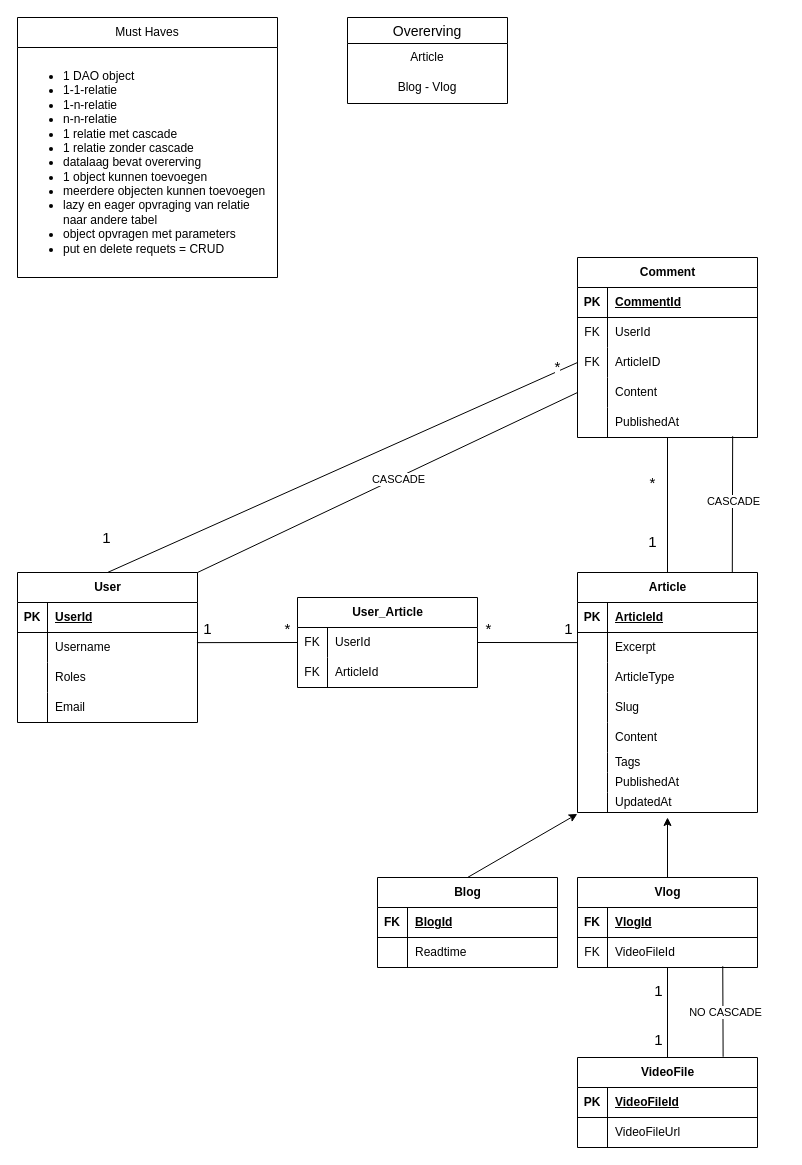
The draw.io diagram opdracht_frameworks.drawio in LanderDK/opdracht_frameworks, before the edit. Source tidied: cells renumbered, new cells numbered last; positions are measured from the earlier drawing's top-left corner, leaving out a move shared by most shapes. Both pictures are drawn from the tidied source at 100%, with x=0, y=0 at pixel (17, 17).
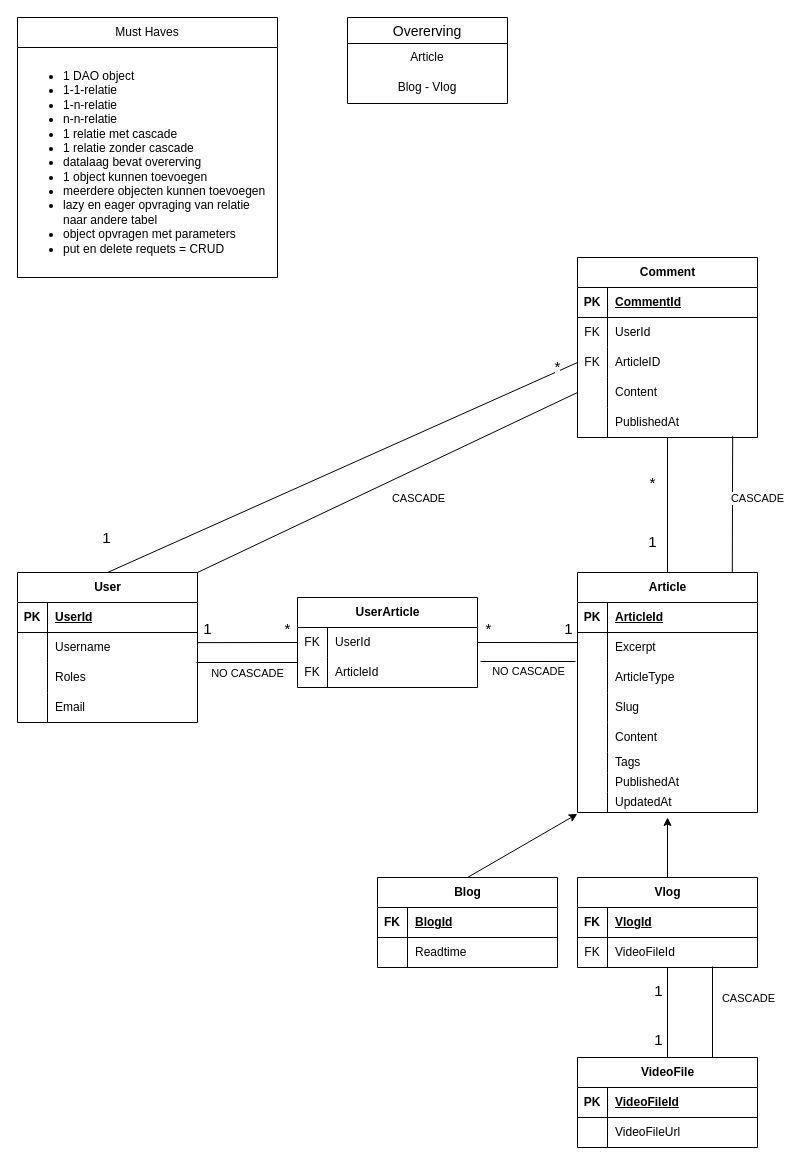
Above is the later version.

Commit message (it also covers changes not shown here):
Updated drawio - added UserArticle entity

The change refers to these unchanged cells:
```xml
<mxCell id="14" style="shape=tableRow;horizontal=0;startSize=0;swimlaneHead=0;swimlaneBody=0;fillColor=none;points=[[0,0.5],[1,0.5]];portConstraint=eastwest;top=0;left=0;right=0;bottom=0;" parent="7" vertex="1">
  <mxGeometry y="90" width="180" height="30" as="geometry" />
</mxCell>
<mxCell id="27" style="shape=tableRow;horizontal=0;startSize=0;swimlaneHead=0;swimlaneBody=0;fillColor=none;points=[[0,0.5],[1,0.5]];portConstraint=eastwest;top=0;left=0;right=0;bottom=0;" parent="20" vertex="1">
  <mxGeometry y="90" width="180" height="30" as="geometry" />
</mxCell>
<mxCell id="56" style="shape=tableRow;horizontal=0;startSize=0;swimlaneHead=0;swimlaneBody=0;fillColor=none;points=[[0,0.5],[1,0.5]];portConstraint=eastwest;top=0;left=0;right=0;bottom=0;" parent="52" vertex="1">
  <mxGeometry y="60" width="180" height="30" as="geometry" />
</mxCell>
<mxCell id="87" style="shape=tableRow;horizontal=0;startSize=0;swimlaneHead=0;swimlaneBody=0;fillColor=none;points=[[0,0.5],[1,0.5]];portConstraint=eastwest;top=0;left=0;right=0;bottom=0;" parent="83" vertex="1">
  <mxGeometry y="60" width="180" height="30" as="geometry" />
</mxCell>
<mxCell id="96" style="endArrow=none;html=1;rounded=0;entryX=0.862;entryY=0.959;entryDx=0;entryDy=0;entryPerimeter=0;exitX=0.86;exitY=0.002;exitDx=0;exitDy=0;exitPerimeter=0;" parent="1" edge="1" source="20" target="72">
  <mxGeometry relative="1" as="geometry" />
</mxCell>
<mxCell id="98" value="VideoFile" style="shape=table;startSize=30;childLayout=tableLayout;rowLines=0;fontStyle=1;align=center;html=1;" parent="1" vertex="1">
  <mxGeometry x="560" y="1040" width="180" height="90" as="geometry" />
</mxCell>
<mxCell id="110" style="endArrow=none;html=1;rounded=0;entryX=0;entryY=0.5;entryDx=0;entryDy=0;exitX=1;exitY=0;exitDx=0;exitDy=0;" parent="1" edge="1" source="7" target="69">
  <mxGeometry relative="1" as="geometry" />
</mxCell>
```

Change to the diagram source:
```diff
@@
-    <mxCell id="83" value="User_Article" style="shape=table;startSize=30;childLayout=tableLayout;rowLines=0;fontStyle=1;align=center;html=1;" parent="1" vertex="1">
+    <mxCell id="83" value="UserArticle" style="shape=table;startSize=30;childLayout=tableLayout;rowLines=0;fontStyle=1;align=center;html=1;" parent="1" vertex="1">
       <mxGeometry x="280" y="580" width="180" height="90" as="geometry" />
     </mxCell>
@@
     <mxCell id="97" value="CASCADE" style="edgeLabel;html=1;align=center;verticalAlign=middle;" parent="96" vertex="1">
-      <mxGeometry x="0.05" y="-1" relative="1" as="geometry" />
+      <mxGeometry x="0.05" y="-1" relative="1" as="geometry">
+        <mxPoint x="24" y="-3" as="offset" />
+      </mxGeometry>
     </mxCell>
@@
-    <mxCell id="108" style="endArrow=none;html=1;rounded=0;exitX=0.809;exitY=-0.008;exitDx=0;exitDy=0;exitPerimeter=0;entryX=0.807;entryY=0.959;entryDx=0;entryDy=0;entryPerimeter=0;" parent="1" edge="1" source="98" target="56">
+    <mxCell id="108" style="endArrow=none;html=1;rounded=0;exitX=1.017;exitY=0.133;exitDx=0;exitDy=0;entryX=-0.011;entryY=-0.033;entryDx=0;entryDy=0;entryPerimeter=0;exitPerimeter=0;" parent="1" edge="1" source="87" target="27">
       <mxGeometry relative="1" as="geometry" />
     </mxCell>
     <mxCell id="109" value="NO CASCADE" style="edgeLabel;html=1;align=center;verticalAlign=middle;" parent="108" vertex="1">
-      <mxGeometry y="-2" relative="1" as="geometry" />
+      <mxGeometry y="-2" relative="1" as="geometry">
+        <mxPoint y="8" as="offset" />
+      </mxGeometry>
     </mxCell>
@@
     <mxCell id="111" value="CASCADE" style="edgeLabel;html=1;align=center;verticalAlign=middle;" parent="110" vertex="1">
-      <mxGeometry x="0.05" y="-1" relative="1" as="geometry" />
+      <mxGeometry x="0.05" y="-1" relative="1" as="geometry">
+        <mxPoint x="20" y="19" as="offset" />
+      </mxGeometry>
     </mxCell>
+    <mxCell id="112" style="endArrow=none;html=1;rounded=0;exitX=0.994;exitY=0;exitDx=0;exitDy=0;exitPerimeter=0;" parent="1" edge="1" source="14">
+      <mxGeometry relative="1" as="geometry">
+        <mxPoint x="280" y="645" as="targetPoint" />
+      </mxGeometry>
+    </mxCell>
+    <mxCell id="113" value="NO CASCADE" style="edgeLabel;html=1;align=center;verticalAlign=middle;" parent="112" vertex="1">
+      <mxGeometry y="-2" relative="1" as="geometry">
+        <mxPoint y="8" as="offset" />
+      </mxGeometry>
+    </mxCell>
+    <mxCell id="114" style="endArrow=none;html=1;rounded=0;entryX=0.75;entryY=0.967;entryDx=0;entryDy=0;entryPerimeter=0;exitX=0.75;exitY=0;exitDx=0;exitDy=0;" parent="1" edge="1" source="98" target="56">
+      <mxGeometry relative="1" as="geometry" />
+    </mxCell>
+    <mxCell id="115" value="CASCADE" style="edgeLabel;html=1;align=center;verticalAlign=middle;" parent="114" vertex="1">
+      <mxGeometry x="0.05" y="-1" relative="1" as="geometry">
+        <mxPoint x="34" y="-12" as="offset" />
+      </mxGeometry>
+    </mxCell>
```
